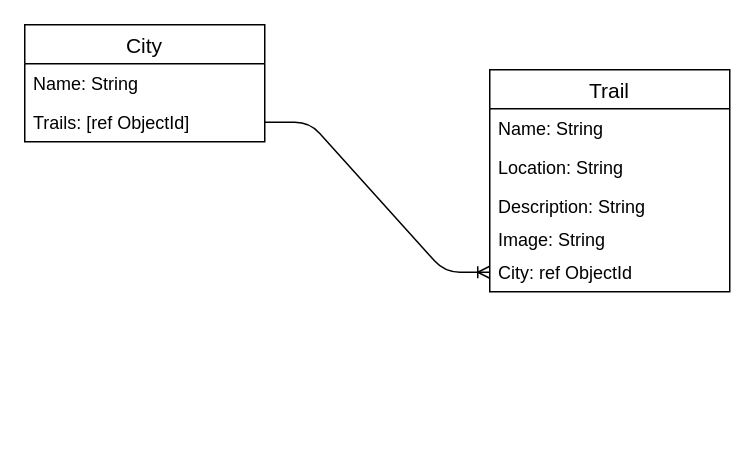
This is erd.drawio from aliciaroeck/trail-legs-2, a draw.io file, before an edit. Source tidied: cells renumbered, new cells numbered last; positions are measured from the earlier drawing's top-left corner, leaving out a move shared by most shapes. Both pictures are drawn from the tidied source at 150%, with x=0, y=0 at pixel (24, 24).
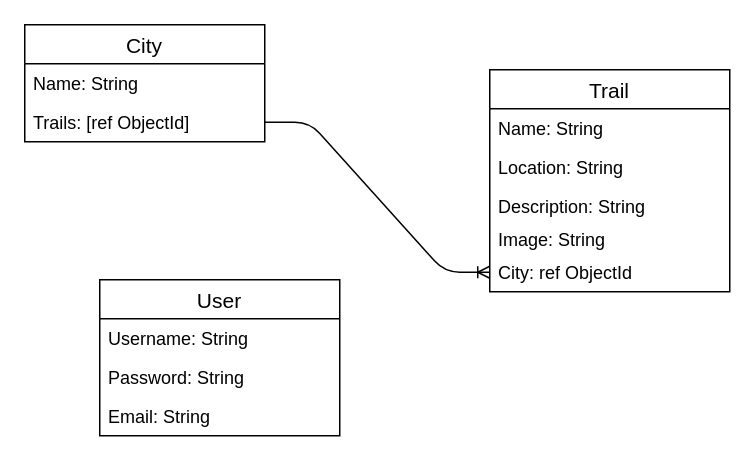
Above is the later version.

Change to the diagram source:
```diff
@@
 <mxGraphModel>
   <root>
     <mxCell id="0" />
     <mxCell id="1" parent="0" />
     <mxCell id="2" value="City" style="swimlane;fontStyle=0;horizontal=1;startSize=26;align=center;fontSize=14;" parent="1" vertex="1">
       <mxGeometry width="160" height="78" as="geometry" />
     </mxCell>
     <mxCell id="3" value="Name: String" style="text;strokeColor=none;fillColor=none;spacingLeft=4;spacingRight=4;overflow=hidden;fontSize=12;" parent="2" vertex="1">
       <mxGeometry y="26" width="160" height="26" as="geometry" />
     </mxCell>
     <mxCell id="4" value="Trails: [ref ObjectId]" style="text;strokeColor=none;fillColor=none;spacingLeft=4;spacingRight=4;overflow=hidden;points=[[0,0.5],[1,0.5]];portConstraint=eastwest;fontSize=12;" parent="2" vertex="1">
       <mxGeometry y="52" width="160" height="26" as="geometry" />
     </mxCell>
     <mxCell id="5" value="Trail" style="swimlane;fontStyle=0;horizontal=1;startSize=26;align=center;fontSize=14;" parent="1" vertex="1">
       <mxGeometry x="310" y="30" width="160" height="148" as="geometry" />
     </mxCell>
     <mxCell id="6" value="Name: String" style="text;strokeColor=none;fillColor=none;spacingLeft=4;spacingRight=4;overflow=hidden;fontSize=12;" parent="5" vertex="1">
       <mxGeometry y="26" width="160" height="26" as="geometry" />
     </mxCell>
     <mxCell id="7" value="Location: String" style="text;strokeColor=none;fillColor=none;spacingLeft=4;spacingRight=4;overflow=hidden;fontSize=12;" parent="5" vertex="1">
       <mxGeometry y="52" width="160" height="26" as="geometry" />
     </mxCell>
     <mxCell id="8" value="Description: String" style="text;strokeColor=none;fillColor=none;spacingLeft=4;spacingRight=4;overflow=hidden;fontSize=12;" parent="5" vertex="1">
       <mxGeometry y="78" width="160" height="22" as="geometry" />
     </mxCell>
     <mxCell id="9" value="Image: String" style="text;strokeColor=none;fillColor=none;spacingLeft=4;spacingRight=4;overflow=hidden;fontSize=12;" parent="5" vertex="1">
       <mxGeometry y="100" width="160" height="22" as="geometry" />
     </mxCell>
     <mxCell id="10" value="City: ref ObjectId" style="text;strokeColor=none;fillColor=none;spacingLeft=4;spacingRight=4;overflow=hidden;points=[[0,0.5],[1,0.5]];portConstraint=eastwest;fontSize=12;" parent="5" vertex="1">
       <mxGeometry y="122" width="160" height="26" as="geometry" />
     </mxCell>
     <mxCell id="11" style="edgeStyle=entityRelationEdgeStyle;fontSize=12;html=1;endArrow=ERoneToMany;exitX=1;exitY=0.5;exitDx=0;exitDy=0;entryX=0;entryY=0.5;entryDx=0;entryDy=0;" parent="1" edge="1" source="4" target="10">
       <mxGeometry relative="1" as="geometry" />
     </mxCell>
+    <mxCell id="12" value="User" style="swimlane;fontStyle=0;horizontal=1;startSize=26;align=center;fontSize=14;" parent="1" vertex="1">
+      <mxGeometry x="50" y="170" width="160" height="104" as="geometry" />
+    </mxCell>
+    <mxCell id="13" value="Username: String" style="text;strokeColor=none;fillColor=none;spacingLeft=4;spacingRight=4;overflow=hidden;fontSize=12;" parent="12" vertex="1">
+      <mxGeometry y="26" width="160" height="26" as="geometry" />
+    </mxCell>
+    <mxCell id="14" value="Password: String" style="text;strokeColor=none;fillColor=none;spacingLeft=4;spacingRight=4;overflow=hidden;fontSize=12;" parent="12" vertex="1">
+      <mxGeometry y="52" width="160" height="26" as="geometry" />
+    </mxCell>
+    <mxCell id="15" value="Email: String" style="text;strokeColor=none;fillColor=none;spacingLeft=4;spacingRight=4;overflow=hidden;fontSize=12;" parent="12" vertex="1">
+      <mxGeometry y="78" width="160" height="26" as="geometry" />
+    </mxCell>
   </root>
 </mxGraphModel>
```
